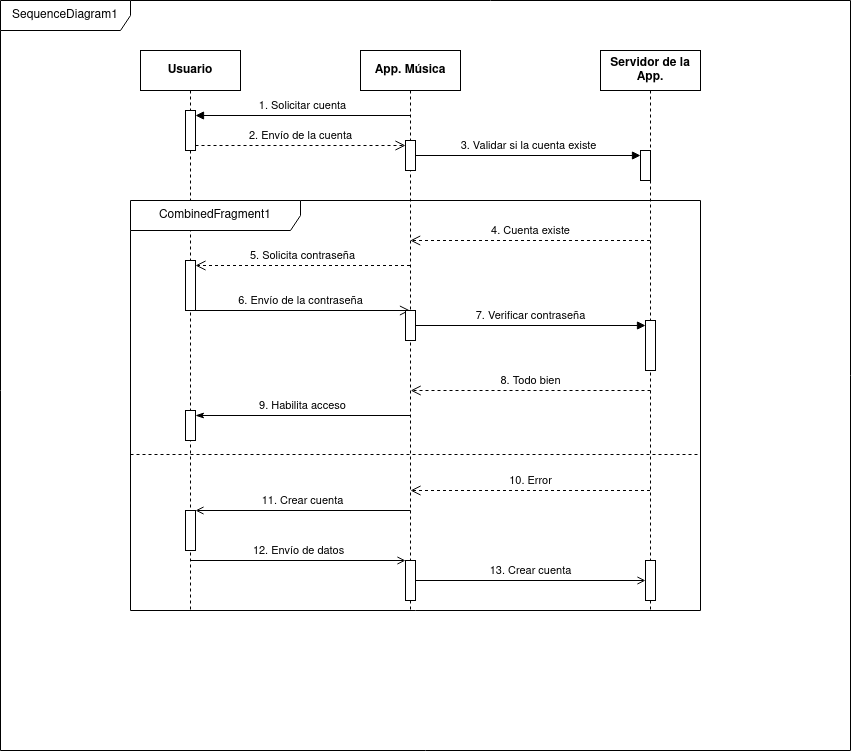
Before: diagramas_casos_de_uso/diagrama-secuencia-musica.drawio.png, a diagram exported from draw.io (JesusLugo2002/ETS). Source tidied: cells renumbered, new cells last; positions are measured from the earlier drawing's top-left corner, leaving out a move shared by most shapes.
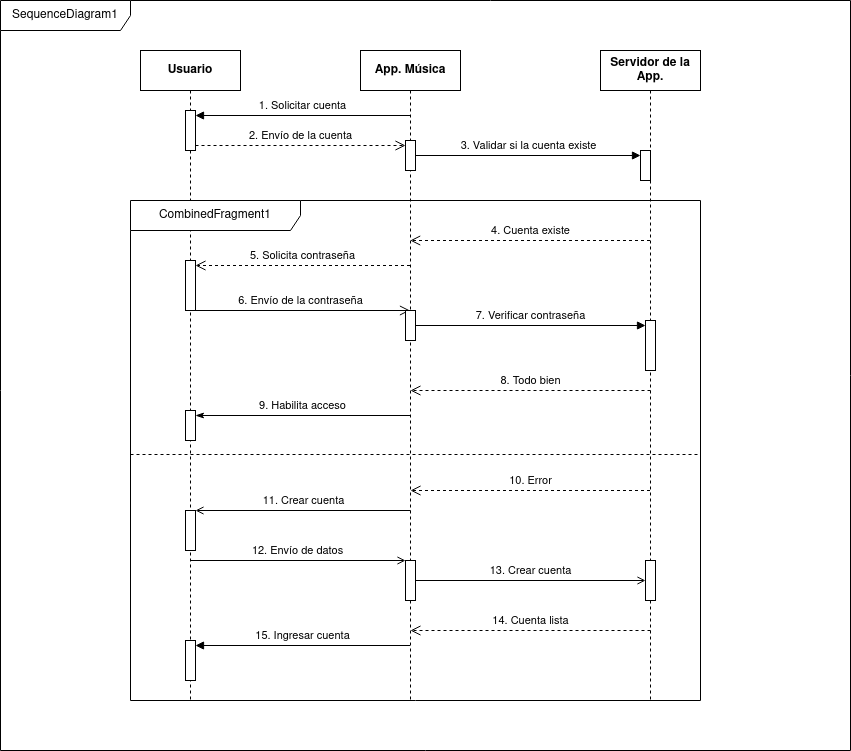
After the change.

Change to the diagram source:
```diff
@@ -3,16 +3,16 @@
     <mxCell id="0" />
     <mxCell id="1" parent="0" />
     <mxCell id="2" value="Usuario" style="shape=umlLifeline;perimeter=lifelinePerimeter;whiteSpace=wrap;html=1;outlineConnect=0;portConstraint=eastwest;newEdgeStyle={&quot;curved&quot;:0,&quot;rounded&quot;:0};fontStyle=1;" parent="1" vertex="1">
-      <mxGeometry x="140" y="50" width="100" height="560" as="geometry" />
+      <mxGeometry x="140" y="50" width="100" height="650" as="geometry" />
     </mxCell>
     <mxCell id="3" value="App. Música" style="shape=umlLifeline;perimeter=lifelinePerimeter;whiteSpace=wrap;html=1;outlineConnect=0;portConstraint=eastwest;newEdgeStyle={&quot;curved&quot;:0,&quot;rounded&quot;:0};fontStyle=1;" parent="1" vertex="1">
-      <mxGeometry x="360" y="50" width="100" height="560" as="geometry" />
+      <mxGeometry x="360" y="50" width="100" height="650" as="geometry" />
     </mxCell>
     <mxCell id="4" style="html=1;points=[[0,0,0,0,5],[0,1,0,0,-5],[1,0,0,0,5],[1,1,0,0,-5]];perimeter=orthogonalPerimeter;outlineConnect=0;targetShapes=umlLifeline;portConstraint=eastwest;newEdgeStyle={&quot;curved&quot;:0,&quot;rounded&quot;:0};" parent="3" vertex="1">
       <mxGeometry x="45" y="90" width="10" height="30" as="geometry" />
     </mxCell>
     <mxCell id="5" value="Servidor de la App." style="shape=umlLifeline;perimeter=lifelinePerimeter;whiteSpace=wrap;html=1;outlineConnect=0;portConstraint=eastwest;newEdgeStyle={&quot;curved&quot;:0,&quot;rounded&quot;:0};fontStyle=1;" parent="1" vertex="1">
-      <mxGeometry x="600" y="50" width="100" height="560" as="geometry" />
+      <mxGeometry x="600" y="50" width="100" height="650" as="geometry" />
     </mxCell>
     <mxCell id="6" style="html=1;points=[[0,0,0,0,5],[0,1,0,0,-5],[1,0,0,0,5],[1,1,0,0,-5]];perimeter=orthogonalPerimeter;outlineConnect=0;targetShapes=umlLifeline;portConstraint=eastwest;newEdgeStyle={&quot;curved&quot;:0,&quot;rounded&quot;:0};" parent="5" vertex="1">
       <mxGeometry x="40" y="100" width="10" height="30" as="geometry" />
@@ -36,7 +36,7 @@
       <mxGeometry width="850" height="750" as="geometry" />
     </mxCell>
     <mxCell id="13" value="CombinedFragment1" style="shape=umlFrame;whiteSpace=wrap;html=1;width=170;height=30;" parent="1" vertex="1">
-      <mxGeometry x="130" y="200" width="570" height="410" as="geometry" />
+      <mxGeometry x="130" y="200" width="570" height="500" as="geometry" />
     </mxCell>
     <mxCell id="14" value="4. Cuenta existe" style="html=1;verticalAlign=bottom;endArrow=open;dashed=1;endSize=8;curved=0;rounded=0;" parent="1" edge="1">
       <mxGeometry relative="1" as="geometry">
@@ -103,5 +103,16 @@
     <mxCell id="30" value="&lt;div&gt;13. Crear cuenta&lt;/div&gt;" style="html=1;verticalAlign=bottom;endArrow=open;curved=0;rounded=0;endFill=0;" parent="1" edge="1" source="27" target="29">
       <mxGeometry relative="1" as="geometry" />
     </mxCell>
+    <mxCell id="31" value="14. Cuenta lista" style="html=1;verticalAlign=bottom;endArrow=open;dashed=1;endSize=8;curved=0;rounded=0;" parent="1" edge="1" target="3">
+      <mxGeometry relative="1" as="geometry">
+        <mxPoint x="650" y="630" as="sourcePoint" />
+      </mxGeometry>
+    </mxCell>
+    <mxCell id="32" style="html=1;points=[[0,0,0,0,5],[0,1,0,0,-5],[1,0,0,0,5],[1,1,0,0,-5]];perimeter=orthogonalPerimeter;outlineConnect=0;targetShapes=umlLifeline;portConstraint=eastwest;newEdgeStyle={&quot;curved&quot;:0,&quot;rounded&quot;:0};" parent="1" vertex="1">
+      <mxGeometry x="185" y="640" width="10" height="40" as="geometry" />
+    </mxCell>
+    <mxCell id="33" value="15. Ingresar cuenta" style="html=1;verticalAlign=bottom;startArrow=none;endArrow=block;startSize=8;curved=0;rounded=0;entryX=1;entryY=0;entryDx=0;entryDy=5;entryPerimeter=0;startFill=0;" parent="1" edge="1" source="3" target="32">
+      <mxGeometry relative="1" as="geometry" />
+    </mxCell>
   </root>
 </mxGraphModel>
```
